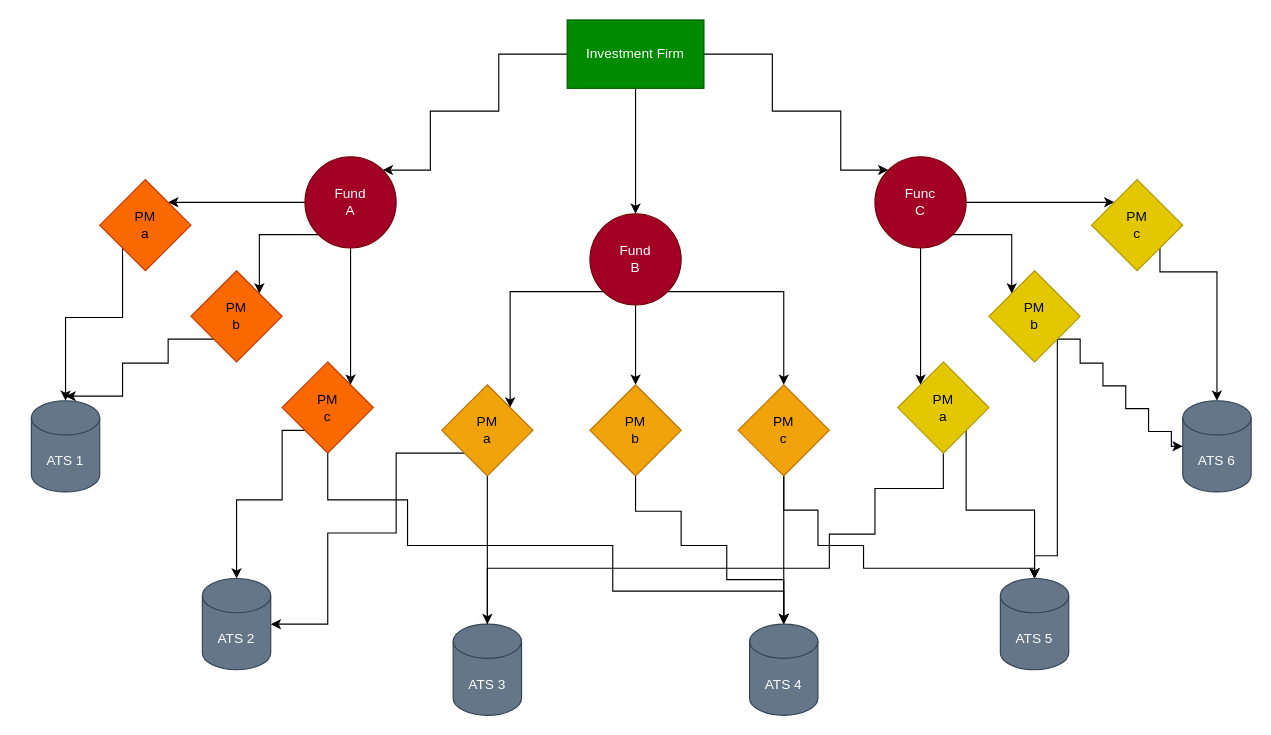
mariodematteis/InkosiOrderManagementSystemMT5 keeps this draw.io diagram as docs/resources/Scenario.drawio. Above is the earlier version. Source tidied: cells renumbered, new cells numbered last; positions are measured from the earlier drawing's top-left corner, leaving out a move shared by most shapes. Both pictures are drawn from the tidied source at 114%, with x=0, y=0 at pixel (31, 19).
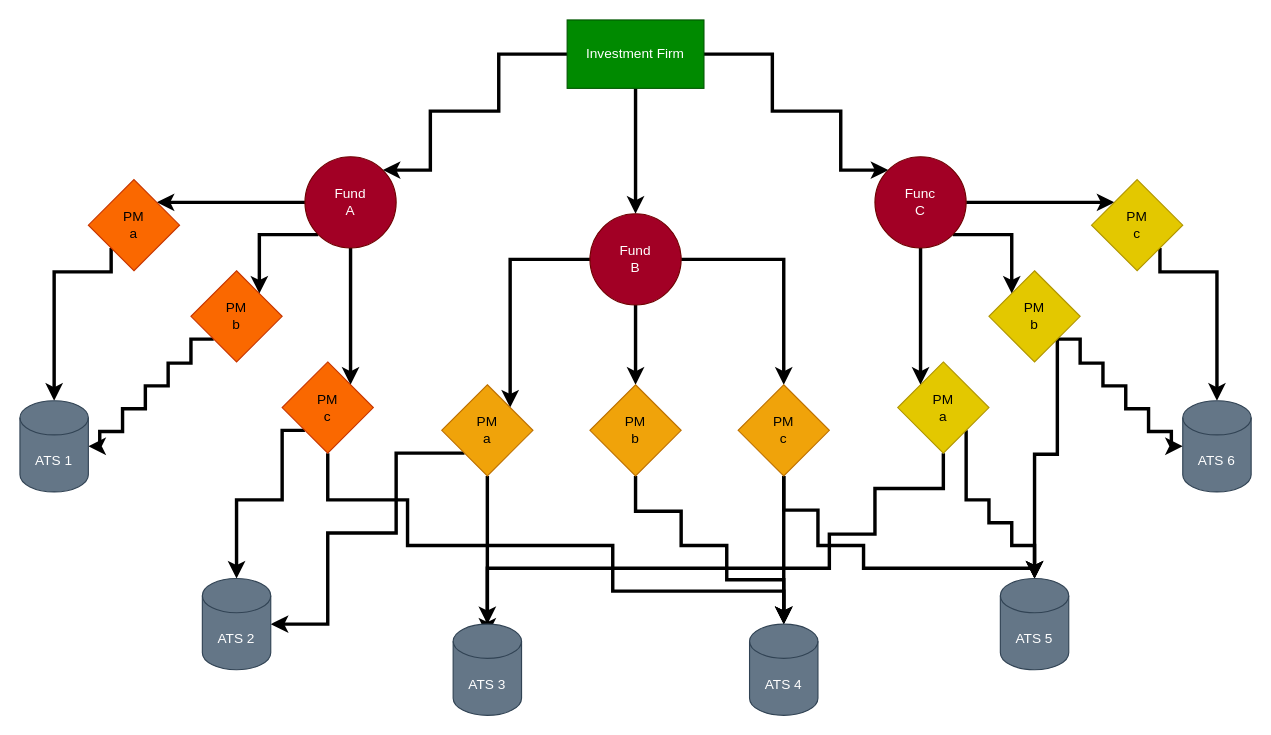
The same diagram, later.

The change refers to these unchanged cells:
```xml
<mxCell id="5" value="Investment Firm" style="rounded=0;whiteSpace=wrap;html=1;fillColor=#008a00;fontColor=#ffffff;strokeColor=#005700;" parent="1" vertex="1">
  <mxGeometry x="470" width="120" height="60" as="geometry" />
</mxCell>
<mxCell id="9" value="Fund&lt;br&gt;A" style="ellipse;whiteSpace=wrap;html=1;fillColor=#a20025;fontColor=#ffffff;strokeColor=#6F0000;" parent="1" vertex="1">
  <mxGeometry x="240" y="120" width="80" height="80" as="geometry" />
</mxCell>
<mxCell id="13" value="Fund&lt;br&gt;B" style="ellipse;whiteSpace=wrap;html=1;fillColor=#a20025;fontColor=#ffffff;strokeColor=#6F0000;" parent="1" vertex="1">
  <mxGeometry x="490" y="170" width="80" height="80" as="geometry" />
</mxCell>
<mxCell id="17" value="Func&lt;br&gt;C" style="ellipse;whiteSpace=wrap;html=1;fillColor=#a20025;fontColor=#ffffff;strokeColor=#6F0000;" parent="1" vertex="1">
  <mxGeometry x="740" y="120" width="80" height="80" as="geometry" />
</mxCell>
<mxCell id="21" value="PM&lt;br&gt;b" style="rhombus;whiteSpace=wrap;html=1;fillColor=#fa6800;fontColor=#000000;strokeColor=#C73500;" parent="1" vertex="1">
  <mxGeometry x="140" y="220" width="80" height="80" as="geometry" />
</mxCell>
<mxCell id="24" value="PM&lt;br&gt;c" style="rhombus;whiteSpace=wrap;html=1;fillColor=#fa6800;fontColor=#000000;strokeColor=#C73500;" parent="1" vertex="1">
  <mxGeometry x="220" y="300" width="80" height="80" as="geometry" />
</mxCell>
<mxCell id="27" value="PM&lt;br&gt;a" style="rhombus;whiteSpace=wrap;html=1;fillColor=#e3c800;fontColor=#000000;strokeColor=#B09500;" parent="1" vertex="1">
  <mxGeometry x="760" y="300" width="80" height="80" as="geometry" />
</mxCell>
<mxCell id="30" value="PM&lt;br&gt;b" style="rhombus;whiteSpace=wrap;html=1;fillColor=#e3c800;fontColor=#000000;strokeColor=#B09500;" parent="1" vertex="1">
  <mxGeometry x="840" y="220" width="80" height="80" as="geometry" />
</mxCell>
<mxCell id="32" value="PM&lt;br&gt;c" style="rhombus;whiteSpace=wrap;html=1;fillColor=#e3c800;fontColor=#000000;strokeColor=#B09500;" parent="1" vertex="1">
  <mxGeometry x="930" y="140" width="80" height="80" as="geometry" />
</mxCell>
<mxCell id="35" value="PM&lt;br&gt;a" style="rhombus;whiteSpace=wrap;html=1;fillColor=#f0a30a;fontColor=#000000;strokeColor=#BD7000;" parent="1" vertex="1">
  <mxGeometry x="360" y="320" width="80" height="80" as="geometry" />
</mxCell>
<mxCell id="37" value="PM&lt;br&gt;b" style="rhombus;whiteSpace=wrap;html=1;fillColor=#f0a30a;fontColor=#000000;strokeColor=#BD7000;" parent="1" vertex="1">
  <mxGeometry x="490" y="320" width="80" height="80" as="geometry" />
</mxCell>
<mxCell id="40" value="PM&lt;br&gt;c" style="rhombus;whiteSpace=wrap;html=1;fillColor=#f0a30a;fontColor=#000000;strokeColor=#BD7000;" parent="1" vertex="1">
  <mxGeometry x="620" y="320" width="80" height="80" as="geometry" />
</mxCell>
<mxCell id="42" value="ATS 2" style="shape=cylinder3;whiteSpace=wrap;html=1;boundedLbl=1;backgroundOutline=1;size=15;fillColor=#647687;fontColor=#ffffff;strokeColor=#314354;" parent="1" vertex="1">
  <mxGeometry x="150" y="490" width="60" height="80" as="geometry" />
</mxCell>
<mxCell id="43" value="ATS 4" style="shape=cylinder3;whiteSpace=wrap;html=1;boundedLbl=1;backgroundOutline=1;size=15;fillColor=#647687;fontColor=#ffffff;strokeColor=#314354;" parent="1" vertex="1">
  <mxGeometry x="630" y="530" width="60" height="80" as="geometry" />
</mxCell>
<mxCell id="44" value="ATS 5" style="shape=cylinder3;whiteSpace=wrap;html=1;boundedLbl=1;backgroundOutline=1;size=15;fillColor=#647687;fontColor=#ffffff;strokeColor=#314354;" parent="1" vertex="1">
  <mxGeometry x="850" y="490" width="60" height="80" as="geometry" />
</mxCell>
<mxCell id="45" value="ATS 6" style="shape=cylinder3;whiteSpace=wrap;html=1;boundedLbl=1;backgroundOutline=1;size=15;fillColor=#647687;fontColor=#ffffff;strokeColor=#314354;" parent="1" vertex="1">
  <mxGeometry x="1010" y="334" width="60" height="80" as="geometry" />
</mxCell>
<mxCell id="46" value="ATS 3" style="shape=cylinder3;whiteSpace=wrap;html=1;boundedLbl=1;backgroundOutline=1;size=15;fillColor=#647687;fontColor=#ffffff;strokeColor=#314354;" parent="1" vertex="1">
  <mxGeometry x="370" y="530" width="60" height="80" as="geometry" />
</mxCell>
```

What changed in the source:
```diff
@@
-    <mxCell id="2" style="edgeStyle=orthogonalEdgeStyle;rounded=0;jettySize=auto;html=1;entryX=0.5;entryY=0;entryDx=0;entryDy=0;" parent="1" edge="1" source="5" target="13">
+    <mxCell id="2" style="edgeStyle=orthogonalEdgeStyle;rounded=0;jettySize=auto;html=1;entryX=0.5;entryY=0;entryDx=0;entryDy=0;jumpSize=6;strokeWidth=3;strokeColor=#000000;" parent="1" edge="1" source="5" target="13">
       <mxGeometry relative="1" as="geometry" />
     </mxCell>
-    <mxCell id="3" style="edgeStyle=orthogonalEdgeStyle;rounded=0;jettySize=auto;html=1;exitX=0;exitY=0.5;exitDx=0;exitDy=0;entryX=1;entryY=0;entryDx=0;entryDy=0;" parent="1" edge="1" source="5" target="9">
+    <mxCell id="3" style="edgeStyle=orthogonalEdgeStyle;rounded=0;jettySize=auto;html=1;exitX=0;exitY=0.5;exitDx=0;exitDy=0;entryX=1;entryY=0;entryDx=0;entryDy=0;jumpSize=6;strokeWidth=3;strokeColor=#000000;" parent="1" edge="1" source="5" target="9">
       <mxGeometry relative="1" as="geometry">
         <Array as="points">
           <mxPoint x="410" y="30" />
           <mxPoint x="410" y="80" />
           <mxPoint x="350" y="80" />
           <mxPoint x="350" y="132" />
         </Array>
       </mxGeometry>
     </mxCell>
-    <mxCell id="4" style="edgeStyle=orthogonalEdgeStyle;rounded=0;jettySize=auto;html=1;exitX=1;exitY=0.5;exitDx=0;exitDy=0;entryX=0;entryY=0;entryDx=0;entryDy=0;" parent="1" edge="1" source="5" target="17">
+    <mxCell id="4" style="edgeStyle=orthogonalEdgeStyle;rounded=0;jettySize=auto;html=1;exitX=1;exitY=0.5;exitDx=0;exitDy=0;entryX=0;entryY=0;entryDx=0;entryDy=0;jumpSize=6;strokeWidth=3;strokeColor=#000000;" parent="1" edge="1" source="5" target="17">
       <mxGeometry relative="1" as="geometry">
         <Array as="points">
           <mxPoint x="650" y="30" />
           <mxPoint x="650" y="80" />
           <mxPoint x="710" y="80" />
           <mxPoint x="710" y="132" />
         </Array>
       </mxGeometry>
     </mxCell>
@@
-    <mxCell id="6" style="edgeStyle=orthogonalEdgeStyle;rounded=0;jettySize=auto;html=1;exitX=0.5;exitY=1;exitDx=0;exitDy=0;entryX=1;entryY=0;entryDx=0;entryDy=0;" parent="1" edge="1" source="9" target="24">
+    <mxCell id="6" style="edgeStyle=orthogonalEdgeStyle;rounded=0;jettySize=auto;html=1;exitX=0.5;exitY=1;exitDx=0;exitDy=0;entryX=1;entryY=0;entryDx=0;entryDy=0;jumpSize=6;strokeWidth=3;strokeColor=#000000;" parent="1" edge="1" source="9" target="24">
       <mxGeometry relative="1" as="geometry" />
     </mxCell>
-    <mxCell id="7" style="edgeStyle=orthogonalEdgeStyle;rounded=0;jettySize=auto;html=1;exitX=0;exitY=1;exitDx=0;exitDy=0;entryX=1;entryY=0;entryDx=0;entryDy=0;" parent="1" edge="1" source="9" target="21">
+    <mxCell id="7" style="edgeStyle=orthogonalEdgeStyle;rounded=0;jettySize=auto;html=1;exitX=0;exitY=1;exitDx=0;exitDy=0;entryX=1;entryY=0;entryDx=0;entryDy=0;jumpSize=6;strokeWidth=3;strokeColor=#000000;" parent="1" edge="1" source="9" target="21">
       <mxGeometry relative="1" as="geometry" />
     </mxCell>
-    <mxCell id="8" style="edgeStyle=orthogonalEdgeStyle;rounded=0;jettySize=auto;html=1;exitX=0;exitY=0.5;exitDx=0;exitDy=0;entryX=0;entryY=1;entryDx=0;entryDy=0;" parent="1" edge="1" source="9" target="19">
+    <mxCell id="8" style="edgeStyle=orthogonalEdgeStyle;rounded=0;jettySize=auto;html=1;exitX=0;exitY=0.5;exitDx=0;exitDy=0;entryX=0;entryY=1;entryDx=0;entryDy=0;jumpSize=6;strokeWidth=3;strokeColor=#000000;" parent="1" edge="1" source="9" target="19">
       <mxGeometry relative="1" as="geometry" />
     </mxCell>
@@
-    <mxCell id="10" style="edgeStyle=orthogonalEdgeStyle;rounded=0;jettySize=auto;html=1;exitX=0;exitY=1;exitDx=0;exitDy=0;entryX=1;entryY=0;entryDx=0;entryDy=0;" parent="1" edge="1" source="13" target="35">
+    <mxCell id="10" style="edgeStyle=orthogonalEdgeStyle;rounded=0;jettySize=auto;html=1;exitX=0;exitY=0.5;exitDx=0;exitDy=0;entryX=1;entryY=0;entryDx=0;entryDy=0;jumpSize=6;strokeWidth=3;strokeColor=#000000;" parent="1" edge="1" source="13" target="35">
       <mxGeometry relative="1" as="geometry" />
     </mxCell>
-    <mxCell id="11" style="edgeStyle=orthogonalEdgeStyle;rounded=0;jettySize=auto;html=1;exitX=0.5;exitY=1;exitDx=0;exitDy=0;entryX=0.5;entryY=0;entryDx=0;entryDy=0;" parent="1" edge="1" source="13" target="37">
+    <mxCell id="11" style="edgeStyle=orthogonalEdgeStyle;rounded=0;jettySize=auto;html=1;exitX=0.5;exitY=1;exitDx=0;exitDy=0;entryX=0.5;entryY=0;entryDx=0;entryDy=0;jumpSize=6;strokeWidth=3;strokeColor=#000000;" parent="1" edge="1" source="13" target="37">
       <mxGeometry relative="1" as="geometry" />
     </mxCell>
-    <mxCell id="12" style="edgeStyle=orthogonalEdgeStyle;rounded=0;jettySize=auto;html=1;exitX=1;exitY=1;exitDx=0;exitDy=0;entryX=0.5;entryY=0;entryDx=0;entryDy=0;" parent="1" edge="1" source="13" target="40">
+    <mxCell id="12" style="edgeStyle=orthogonalEdgeStyle;rounded=0;jettySize=auto;html=1;exitX=1;exitY=0.5;exitDx=0;exitDy=0;entryX=0.5;entryY=0;entryDx=0;entryDy=0;jumpSize=6;strokeWidth=3;strokeColor=#000000;" parent="1" edge="1" source="13" target="40">
       <mxGeometry relative="1" as="geometry" />
     </mxCell>
@@
-    <mxCell id="14" style="edgeStyle=orthogonalEdgeStyle;rounded=0;jettySize=auto;html=1;exitX=0.5;exitY=1;exitDx=0;exitDy=0;entryX=0;entryY=0;entryDx=0;entryDy=0;" parent="1" edge="1" source="17" target="27">
+    <mxCell id="14" style="edgeStyle=orthogonalEdgeStyle;rounded=0;jettySize=auto;html=1;exitX=0.5;exitY=1;exitDx=0;exitDy=0;entryX=0;entryY=0;entryDx=0;entryDy=0;jumpSize=6;strokeWidth=3;strokeColor=#000000;" parent="1" edge="1" source="17" target="27">
       <mxGeometry relative="1" as="geometry" />
     </mxCell>
-    <mxCell id="15" style="edgeStyle=orthogonalEdgeStyle;rounded=0;jettySize=auto;html=1;exitX=1;exitY=1;exitDx=0;exitDy=0;entryX=0;entryY=0;entryDx=0;entryDy=0;" parent="1" edge="1" source="17" target="30">
+    <mxCell id="15" style="edgeStyle=orthogonalEdgeStyle;rounded=0;jettySize=auto;html=1;exitX=1;exitY=1;exitDx=0;exitDy=0;entryX=0;entryY=0;entryDx=0;entryDy=0;jumpSize=6;strokeWidth=3;strokeColor=#000000;" parent="1" edge="1" source="17" target="30">
       <mxGeometry relative="1" as="geometry" />
     </mxCell>
-    <mxCell id="16" style="edgeStyle=orthogonalEdgeStyle;rounded=0;jettySize=auto;html=1;exitX=1;exitY=0.5;exitDx=0;exitDy=0;entryX=0;entryY=0;entryDx=0;entryDy=0;" parent="1" edge="1" source="17" target="32">
+    <mxCell id="16" style="edgeStyle=orthogonalEdgeStyle;rounded=0;jettySize=auto;html=1;exitX=1;exitY=0.5;exitDx=0;exitDy=0;entryX=0;entryY=0;entryDx=0;entryDy=0;jumpSize=6;strokeWidth=3;strokeColor=#000000;" parent="1" edge="1" source="17" target="32">
       <mxGeometry relative="1" as="geometry" />
     </mxCell>
@@
-    <mxCell id="18" style="edgeStyle=orthogonalEdgeStyle;rounded=0;jettySize=auto;html=1;exitX=1;exitY=0;exitDx=0;exitDy=0;" parent="1" edge="1" source="19" target="41">
+    <mxCell id="18" style="edgeStyle=orthogonalEdgeStyle;rounded=0;jettySize=auto;html=1;exitX=1;exitY=0;exitDx=0;exitDy=0;jumpSize=6;strokeWidth=3;strokeColor=#000000;" parent="1" edge="1" source="19" target="41">
       <mxGeometry relative="1" as="geometry">
         <Array as="points">
-          <mxPoint x="80" y="261" />
-          <mxPoint x="30" y="261" />
+          <mxPoint x="70" y="221" />
+          <mxPoint x="20" y="221" />
         </Array>
       </mxGeometry>
     </mxCell>
     <mxCell id="19" value="PM&lt;br&gt;a" style="rhombus;whiteSpace=wrap;html=1;flipH=1;direction=west;fillColor=#fa6800;fontColor=#000000;strokeColor=#C73500;" parent="1" vertex="1">
-      <mxGeometry x="60" y="140" width="80" height="80" as="geometry" />
+      <mxGeometry x="50" y="140" width="80" height="80" as="geometry" />
     </mxCell>
-    <mxCell id="20" style="edgeStyle=orthogonalEdgeStyle;rounded=0;jettySize=auto;html=1;exitX=0;exitY=1;exitDx=0;exitDy=0;" parent="1" edge="1" source="21">
+    <mxCell id="20" style="edgeStyle=orthogonalEdgeStyle;rounded=0;jettySize=auto;html=1;exitX=0;exitY=1;exitDx=0;exitDy=0;entryX=1;entryY=0.5;entryDx=0;entryDy=0;entryPerimeter=0;jumpSize=6;strokeWidth=3;strokeColor=#000000;" parent="1" edge="1" source="21" target="41">
       <mxGeometry relative="1" as="geometry">
-        <mxPoint x="30" y="330" as="targetPoint" />
         <Array as="points">
-          <mxPoint x="120" y="280" />
+          <mxPoint x="140" y="280" />
+          <mxPoint x="140" y="301" />
           <mxPoint x="120" y="301" />
-          <mxPoint x="80" y="301" />
-          <mxPoint x="80" y="330" />
+          <mxPoint x="120" y="321" />
+          <mxPoint x="100" y="321" />
+          <mxPoint x="100" y="341" />
+          <mxPoint x="80" y="341" />
+          <mxPoint x="80" y="361" />
+          <mxPoint x="60" y="361" />
+          <mxPoint x="60" y="374" />
         </Array>
       </mxGeometry>
     </mxCell>
@@
-    <mxCell id="22" style="edgeStyle=orthogonalEdgeStyle;rounded=0;jettySize=auto;html=1;exitX=0;exitY=1;exitDx=0;exitDy=0;entryX=0.5;entryY=0;entryDx=0;entryDy=0;entryPerimeter=0;" parent="1" edge="1" source="24" target="42">
+    <mxCell id="22" style="edgeStyle=orthogonalEdgeStyle;rounded=0;jettySize=auto;html=1;exitX=0;exitY=1;exitDx=0;exitDy=0;entryX=0.5;entryY=0;entryDx=0;entryDy=0;entryPerimeter=0;jumpSize=6;strokeWidth=3;strokeColor=#000000;" parent="1" edge="1" source="24" target="42">
       <mxGeometry relative="1" as="geometry">
         <Array as="points">
           <mxPoint x="220" y="360" />
           <mxPoint x="220" y="421" />
           <mxPoint x="180" y="421" />
         </Array>
       </mxGeometry>
     </mxCell>
-    <mxCell id="23" style="edgeStyle=orthogonalEdgeStyle;rounded=0;jettySize=auto;html=1;exitX=0.5;exitY=1;exitDx=0;exitDy=0;entryX=0.5;entryY=0;entryDx=0;entryDy=0;entryPerimeter=0;" parent="1" edge="1" source="24" target="43">
+    <mxCell id="23" style="edgeStyle=orthogonalEdgeStyle;rounded=0;jettySize=auto;html=1;exitX=0.5;exitY=1;exitDx=0;exitDy=0;entryX=0.5;entryY=0;entryDx=0;entryDy=0;entryPerimeter=0;jumpSize=6;strokeWidth=3;strokeColor=#000000;" parent="1" edge="1" source="24" target="43">
       <mxGeometry relative="1" as="geometry">
         <Array as="points">
           <mxPoint x="260" y="421" />
           <mxPoint x="330" y="421" />
           <mxPoint x="330" y="461" />
           <mxPoint x="510" y="461" />
           <mxPoint x="510" y="501" />
           <mxPoint x="660" y="501" />
         </Array>
       </mxGeometry>
     </mxCell>
@@
-    <mxCell id="25" style="edgeStyle=orthogonalEdgeStyle;rounded=0;jettySize=auto;html=1;exitX=0.5;exitY=1;exitDx=0;exitDy=0;entryX=0.5;entryY=0.125;entryDx=0;entryDy=0;entryPerimeter=0;" parent="1" edge="1" source="27" target="46">
+    <mxCell id="25" style="edgeStyle=orthogonalEdgeStyle;rounded=0;jettySize=auto;html=1;exitX=0.5;exitY=1;exitDx=0;exitDy=0;entryX=0.5;entryY=0.125;entryDx=0;entryDy=0;entryPerimeter=0;jumpSize=6;strokeWidth=3;strokeColor=#000000;" parent="1" edge="1" source="27" target="46">
       <mxGeometry relative="1" as="geometry">
         <Array as="points">
           <mxPoint x="800" y="411" />
           <mxPoint x="740" y="411" />
           <mxPoint x="740" y="451" />
           <mxPoint x="700" y="451" />
           <mxPoint x="700" y="481" />
           <mxPoint x="400" y="481" />
         </Array>
       </mxGeometry>
     </mxCell>
-    <mxCell id="26" style="edgeStyle=orthogonalEdgeStyle;rounded=0;jettySize=auto;html=1;exitX=1;exitY=1;exitDx=0;exitDy=0;entryX=0.5;entryY=0;entryDx=0;entryDy=0;entryPerimeter=0;" parent="1" edge="1" source="27" target="44">
+    <mxCell id="26" style="edgeStyle=orthogonalEdgeStyle;rounded=0;jettySize=auto;html=1;exitX=1;exitY=1;exitDx=0;exitDy=0;entryX=0.5;entryY=0;entryDx=0;entryDy=0;entryPerimeter=0;jumpSize=6;strokeWidth=3;strokeColor=#000000;" parent="1" edge="1" source="27" target="44">
       <mxGeometry relative="1" as="geometry">
         <Array as="points">
-          <mxPoint x="820" y="430" />
-          <mxPoint x="880" y="430" />
+          <mxPoint x="820" y="421" />
+          <mxPoint x="840" y="421" />
+          <mxPoint x="840" y="441" />
+          <mxPoint x="860" y="441" />
+          <mxPoint x="860" y="461" />
+          <mxPoint x="880" y="461" />
         </Array>
       </mxGeometry>
     </mxCell>
@@
-    <mxCell id="28" style="edgeStyle=orthogonalEdgeStyle;rounded=0;jettySize=auto;html=1;exitX=1;exitY=1;exitDx=0;exitDy=0;" parent="1" edge="1" source="30" target="44">
+    <mxCell id="28" style="edgeStyle=orthogonalEdgeStyle;rounded=0;jettySize=auto;html=1;exitX=1;exitY=1;exitDx=0;exitDy=0;jumpSize=6;strokeWidth=3;strokeColor=#000000;" parent="1" edge="1" source="30" target="44">
       <mxGeometry relative="1" as="geometry">
         <Array as="points">
-          <mxPoint x="900" y="470" />
-          <mxPoint x="880" y="470" />
+          <mxPoint x="900" y="381" />
+          <mxPoint x="880" y="381" />
         </Array>
       </mxGeometry>
     </mxCell>
-    <mxCell id="29" style="edgeStyle=orthogonalEdgeStyle;rounded=0;jettySize=auto;html=1;exitX=1;exitY=1;exitDx=0;exitDy=0;entryX=0;entryY=0.5;entryDx=0;entryDy=0;entryPerimeter=0;" parent="1" edge="1" source="30" target="45">
+    <mxCell id="29" style="edgeStyle=orthogonalEdgeStyle;rounded=0;jettySize=auto;html=1;exitX=1;exitY=1;exitDx=0;exitDy=0;entryX=0;entryY=0.5;entryDx=0;entryDy=0;entryPerimeter=0;jumpSize=6;strokeWidth=3;strokeColor=#000000;" parent="1" edge="1" source="30" target="45">
       <mxGeometry relative="1" as="geometry">
         <Array as="points">
           <mxPoint x="920" y="280" />
           <mxPoint x="920" y="301" />
           <mxPoint x="940" y="301" />
           <mxPoint x="940" y="321" />
           <mxPoint x="960" y="321" />
           <mxPoint x="960" y="341" />
           <mxPoint x="980" y="341" />
           <mxPoint x="980" y="361" />
           <mxPoint x="1000" y="361" />
           <mxPoint x="1000" y="374" />
         </Array>
       </mxGeometry>
     </mxCell>
@@
-    <mxCell id="31" style="edgeStyle=orthogonalEdgeStyle;rounded=0;jettySize=auto;html=1;exitX=1;exitY=1;exitDx=0;exitDy=0;entryX=0.5;entryY=0;entryDx=0;entryDy=0;entryPerimeter=0;" parent="1" edge="1" source="32" target="45">
+    <mxCell id="31" style="edgeStyle=orthogonalEdgeStyle;rounded=0;jettySize=auto;html=1;exitX=1;exitY=1;exitDx=0;exitDy=0;entryX=0.5;entryY=0;entryDx=0;entryDy=0;entryPerimeter=0;jumpSize=6;strokeWidth=3;strokeColor=#000000;" parent="1" edge="1" source="32" target="45">
       <mxGeometry relative="1" as="geometry">
         <Array as="points">
           <mxPoint x="990" y="221" />
           <mxPoint x="1040" y="221" />
         </Array>
       </mxGeometry>
     </mxCell>
@@
-    <mxCell id="33" style="edgeStyle=orthogonalEdgeStyle;rounded=0;jettySize=auto;html=1;entryX=0.5;entryY=0;entryDx=0;entryDy=0;entryPerimeter=0;" parent="1" edge="1" source="35" target="46">
+    <mxCell id="33" style="edgeStyle=orthogonalEdgeStyle;rounded=0;jettySize=auto;html=1;entryX=0.5;entryY=0;entryDx=0;entryDy=0;entryPerimeter=0;jumpSize=6;strokeWidth=3;strokeColor=#000000;" parent="1" edge="1" source="35" target="46">
       <mxGeometry relative="1" as="geometry" />
     </mxCell>
-    <mxCell id="34" style="edgeStyle=orthogonalEdgeStyle;rounded=0;jettySize=auto;html=1;entryX=1;entryY=0.5;entryDx=0;entryDy=0;entryPerimeter=0;" parent="1" edge="1" source="35" target="42">
+    <mxCell id="34" style="edgeStyle=orthogonalEdgeStyle;rounded=0;jettySize=auto;html=1;entryX=1;entryY=0.5;entryDx=0;entryDy=0;entryPerimeter=0;jumpSize=6;strokeWidth=3;strokeColor=#000000;" parent="1" edge="1" source="35" target="42">
       <mxGeometry relative="1" as="geometry">
         <Array as="points">
           <mxPoint x="320" y="380" />
           <mxPoint x="320" y="450" />
           <mxPoint x="260" y="450" />
           <mxPoint x="260" y="530" />
         </Array>
       </mxGeometry>
     </mxCell>
@@
-    <mxCell id="36" style="edgeStyle=orthogonalEdgeStyle;rounded=0;jettySize=auto;html=1;exitX=0.5;exitY=1;exitDx=0;exitDy=0;entryX=0.5;entryY=0;entryDx=0;entryDy=0;entryPerimeter=0;" parent="1" edge="1" source="37" target="43">
+    <mxCell id="36" style="edgeStyle=orthogonalEdgeStyle;rounded=0;jettySize=auto;html=1;exitX=0.5;exitY=1;exitDx=0;exitDy=0;entryX=0.5;entryY=0;entryDx=0;entryDy=0;entryPerimeter=0;jumpSize=6;strokeWidth=3;strokeColor=#000000;" parent="1" edge="1" source="37" target="43">
       <mxGeometry relative="1" as="geometry">
         <Array as="points">
           <mxPoint x="530" y="431" />
           <mxPoint x="570" y="431" />
           <mxPoint x="570" y="461" />
           <mxPoint x="610" y="461" />
           <mxPoint x="610" y="491" />
           <mxPoint x="660" y="491" />
         </Array>
       </mxGeometry>
     </mxCell>
@@
-    <mxCell id="38" style="edgeStyle=orthogonalEdgeStyle;rounded=0;jettySize=auto;html=1;exitX=0.5;exitY=1;exitDx=0;exitDy=0;" parent="1" edge="1" source="40" target="44">
+    <mxCell id="38" style="edgeStyle=orthogonalEdgeStyle;rounded=0;jettySize=auto;html=1;exitX=0.5;exitY=1;exitDx=0;exitDy=0;jumpSize=6;strokeWidth=3;strokeColor=#000000;" parent="1" edge="1" source="40" target="44">
       <mxGeometry relative="1" as="geometry">
         <Array as="points">
           <mxPoint x="660" y="430" />
           <mxPoint x="690" y="430" />
           <mxPoint x="690" y="461" />
           <mxPoint x="730" y="461" />
           <mxPoint x="730" y="481" />
           <mxPoint x="880" y="481" />
         </Array>
       </mxGeometry>
     </mxCell>
-    <mxCell id="39" style="edgeStyle=orthogonalEdgeStyle;rounded=0;jettySize=auto;html=1;entryX=0.5;entryY=0;entryDx=0;entryDy=0;entryPerimeter=0;" parent="1" edge="1" source="40" target="43">
+    <mxCell id="39" style="edgeStyle=orthogonalEdgeStyle;rounded=0;jettySize=auto;html=1;entryX=0.5;entryY=0;entryDx=0;entryDy=0;entryPerimeter=0;jumpSize=6;strokeWidth=3;strokeColor=#000000;" parent="1" edge="1" source="40" target="43">
       <mxGeometry relative="1" as="geometry" />
     </mxCell>
@@
     <mxCell id="41" value="ATS 1" style="shape=cylinder3;whiteSpace=wrap;html=1;boundedLbl=1;backgroundOutline=1;size=15;fillColor=#647687;fontColor=#ffffff;strokeColor=#314354;" parent="1" vertex="1">
-      <mxGeometry y="334" width="60" height="80" as="geometry" />
+      <mxGeometry x="-10" y="334" width="60" height="80" as="geometry" />
     </mxCell>
```
